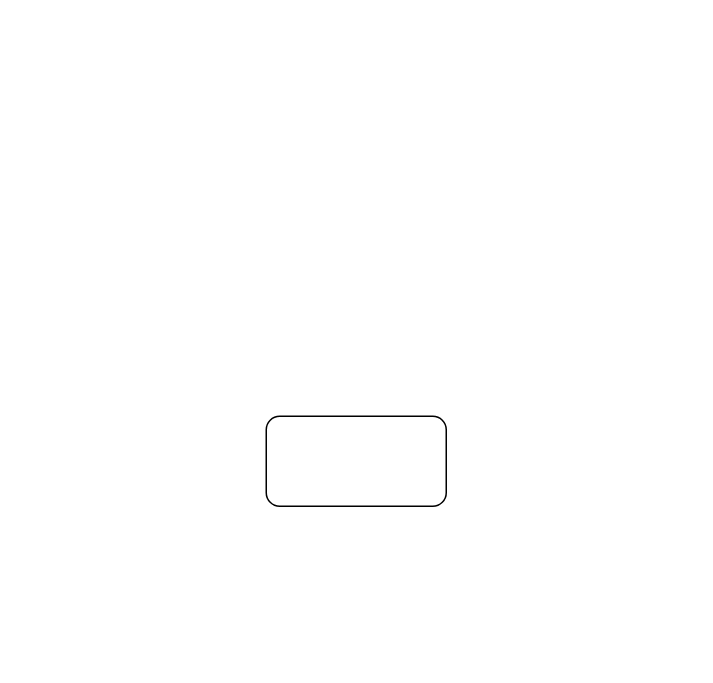
Before: Diagrama.drawio in xamatR/factoryMethod, a draw.io diagram. Source tidied: cells renumbered, new cells numbered last; positions are measured from the earlier drawing's top-left corner, leaving out a move shared by most shapes. Both pictures are drawn from the tidied source at 150%, with x=0, y=0 at pixel (266, 416).
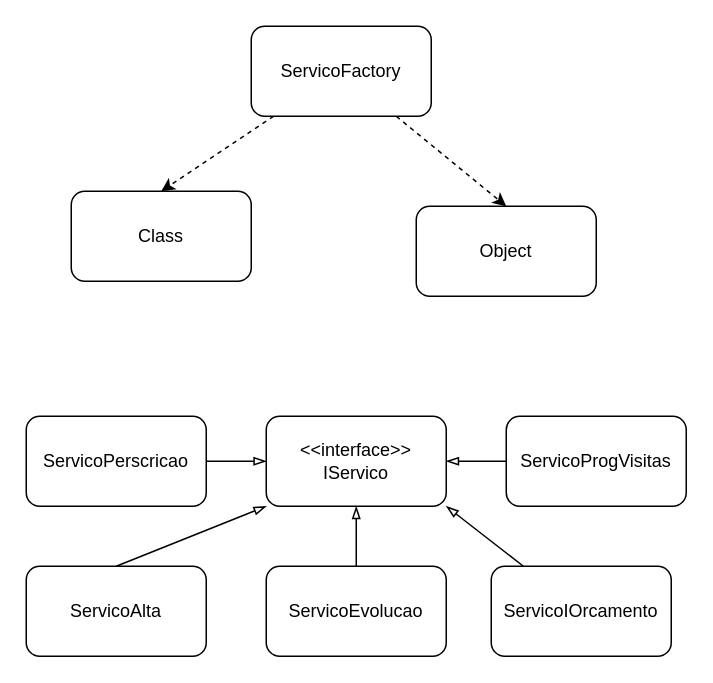
The same diagram, later.

Commit message (it also covers changes not shown here):
Update README with project setup instructions and usage examples

The edit, as a diff of the source:
```diff
@@
 <mxGraphModel>
   <root>
     <mxCell id="0" />
     <mxCell id="1" parent="0" />
-    <mxCell id="2" style="rounded=1;whiteSpace=wrap;html=1;" parent="1" vertex="1">
+    <mxCell id="2" value="&amp;lt;&amp;lt;interface&amp;gt;&amp;gt;&lt;br&gt;IServico" style="rounded=1;whiteSpace=wrap;html=1;" parent="1" vertex="1">
       <mxGeometry width="120" height="60" as="geometry" />
     </mxCell>
+    <mxCell id="3" style="edgeStyle=none;html=1;exitX=0.5;exitY=0;exitDx=0;exitDy=0;entryX=0;entryY=1;entryDx=0;entryDy=0;endArrow=blockThin;endFill=0;" parent="1" edge="1" source="4" target="2">
+      <mxGeometry relative="1" as="geometry" />
+    </mxCell>
+    <mxCell id="4" value="ServicoAlta" style="rounded=1;whiteSpace=wrap;html=1;" parent="1" vertex="1">
+      <mxGeometry x="-160" y="100" width="120" height="60" as="geometry" />
+    </mxCell>
+    <mxCell id="5" style="edgeStyle=none;html=1;entryX=0.5;entryY=1;entryDx=0;entryDy=0;endArrow=blockThin;endFill=0;" parent="1" edge="1" source="6" target="2">
+      <mxGeometry relative="1" as="geometry" />
+    </mxCell>
+    <mxCell id="6" value="ServicoEvolucao" style="rounded=1;whiteSpace=wrap;html=1;" parent="1" vertex="1">
+      <mxGeometry y="100" width="120" height="60" as="geometry" />
+    </mxCell>
+    <mxCell id="7" style="edgeStyle=none;html=1;entryX=1;entryY=1;entryDx=0;entryDy=0;endArrow=blockThin;endFill=0;" parent="1" edge="1" source="8" target="2">
+      <mxGeometry relative="1" as="geometry" />
+    </mxCell>
+    <mxCell id="8" value="ServicoIOrcamento" style="rounded=1;whiteSpace=wrap;html=1;" parent="1" vertex="1">
+      <mxGeometry x="150" y="100" width="120" height="60" as="geometry" />
+    </mxCell>
+    <mxCell id="9" style="edgeStyle=none;html=1;entryX=1;entryY=0.5;entryDx=0;entryDy=0;endArrow=blockThin;endFill=0;" parent="1" edge="1" source="10" target="2">
+      <mxGeometry relative="1" as="geometry" />
+    </mxCell>
+    <mxCell id="10" value="ServicoProgVisitas" style="rounded=1;whiteSpace=wrap;html=1;" parent="1" vertex="1">
+      <mxGeometry x="160" width="120" height="60" as="geometry" />
+    </mxCell>
+    <mxCell id="11" style="edgeStyle=none;html=1;entryX=0;entryY=0.5;entryDx=0;entryDy=0;endArrow=blockThin;endFill=0;" parent="1" edge="1" source="12" target="2">
+      <mxGeometry relative="1" as="geometry" />
+    </mxCell>
+    <mxCell id="12" value="ServicoPerscricao" style="rounded=1;whiteSpace=wrap;html=1;" parent="1" vertex="1">
+      <mxGeometry x="-160" width="120" height="60" as="geometry" />
+    </mxCell>
+    <mxCell id="13" value="Class" style="rounded=1;whiteSpace=wrap;html=1;" parent="1" vertex="1">
+      <mxGeometry x="-130" y="-150" width="120" height="60" as="geometry" />
+    </mxCell>
+    <mxCell id="14" value="Object" style="rounded=1;whiteSpace=wrap;html=1;" parent="1" vertex="1">
+      <mxGeometry x="100" y="-140" width="120" height="60" as="geometry" />
+    </mxCell>
+    <mxCell id="15" style="edgeStyle=none;html=1;entryX=0.5;entryY=0;entryDx=0;entryDy=0;dashed=1;" parent="1" edge="1" source="17" target="13">
+      <mxGeometry relative="1" as="geometry" />
+    </mxCell>
+    <mxCell id="16" style="edgeStyle=none;html=1;entryX=0.5;entryY=0;entryDx=0;entryDy=0;dashed=1;" parent="1" edge="1" source="17" target="14">
+      <mxGeometry relative="1" as="geometry" />
+    </mxCell>
+    <mxCell id="17" value="ServicoFactory" style="rounded=1;whiteSpace=wrap;html=1;" parent="1" vertex="1">
+      <mxGeometry x="-10" y="-260" width="120" height="60" as="geometry" />
+    </mxCell>
   </root>
 </mxGraphModel>
```
